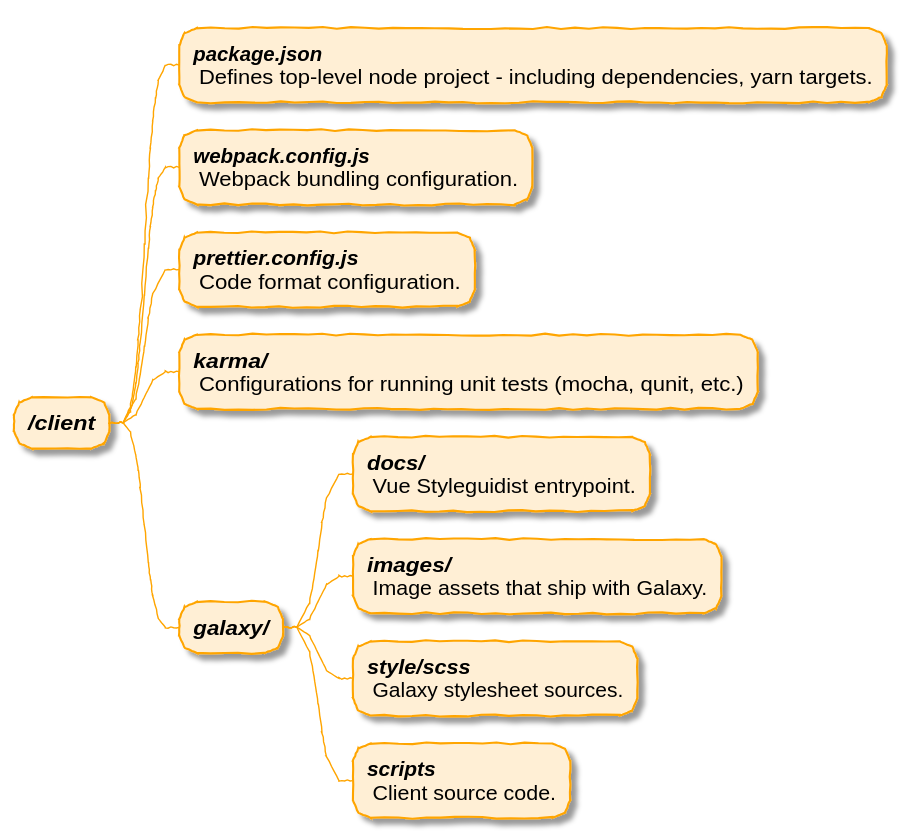
pavanvidem/training-material keeps this PlantUML diagram as topics/dev/images/core_files_client_build.plantuml.svg. Above is the earlier version. Its diagram source:
```plantuml
@startmindmap

!include plantuml_style.txt
!include plantuml_options.txt
* <b><i>/client</i></b>
**:<b><i>package.json</i></b>
 Defines top-level node project - including dependencies, yarn targets.;
**:<b><i>webpack.config.js</i></b>
 Webpack bundling configuration.;
**:<b><i>prettier.config.js</i></b>
 Code format configuration.;
**:<b><i>karma/</i></b>
 Configurations for running unit tests (mocha, qunit, etc.);
** <b><i>galaxy/</i></b>
***:<b><i>docs/</i></b>
 Vue Styleguidist entrypoint.;
***:<b><i>images/</i></b>
 Image assets that ship with Galaxy.;
***:<b><i>style/scss</i></b>
 Galaxy stylesheet sources.;
***:<b><i>scripts</i></b>
 Client source code.;
@endmindmap
```
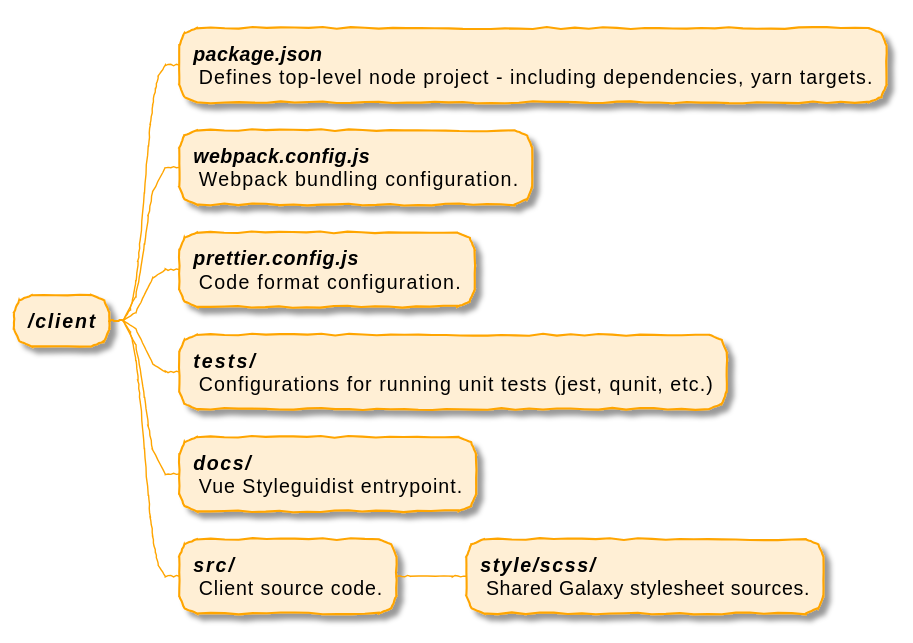
Later version of the same file.

The edit, as a diff of the source:
```diff
@@ -9,15 +9,12 @@
  Webpack bundling configuration.;
 **:<b><i>prettier.config.js</i></b>
  Code format configuration.;
-**:<b><i>karma/</i></b>
- Configurations for running unit tests (mocha, qunit, etc.);
-** <b><i>galaxy/</i></b>
-***:<b><i>docs/</i></b>
+**:<b><i>tests/</i></b>
+ Configurations for running unit tests (jest, qunit, etc.);
+**:<b><i>docs/</i></b>
  Vue Styleguidist entrypoint.;
-***:<b><i>images/</i></b>
- Image assets that ship with Galaxy.;
-***:<b><i>style/scss</i></b>
- Galaxy stylesheet sources.;
-***:<b><i>scripts</i></b>
+**:<b><i>src/</i></b>
  Client source code.;
+***:<b><i>style/scss/</i></b>
+ Shared Galaxy stylesheet sources.;
 @endmindmap
```
